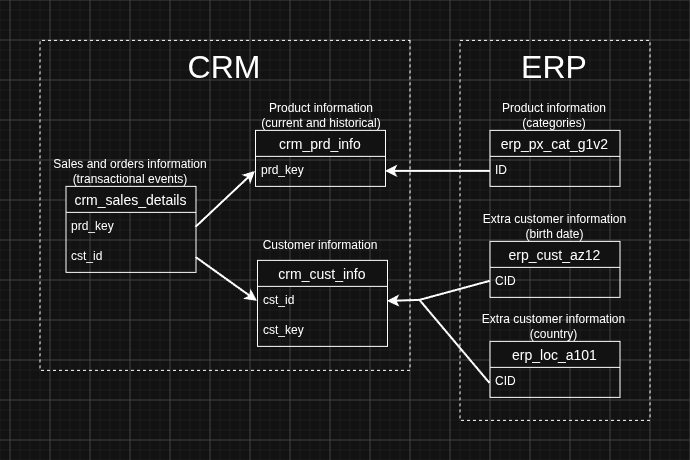
Before: docs/integration_model.png, a diagram exported from draw.io (DavidMatias44/databricks_data_lakehouse). Source tidied: cells renumbered, new cells last; positions are measured from the earlier drawing's top-left corner, leaving out a move shared by most shapes. The source it was exported from:
```xml
<mxGraphModel>
  <root>
    <mxCell id="0" />
    <mxCell id="1" parent="0" />
    <mxCell id="2" style="rounded=0;whiteSpace=wrap;html=1;fillColor=none;dashed=1;" parent="1" vertex="1">
      <mxGeometry x="460" y="40" width="190" height="380" as="geometry" />
    </mxCell>
    <mxCell id="3" style="rounded=0;whiteSpace=wrap;html=1;fillColor=none;dashed=1;direction=south;" parent="1" vertex="1">
      <mxGeometry x="40" y="40" width="370" height="330" as="geometry" />
    </mxCell>
    <mxCell id="4" value="crm_cust_info" style="swimlane;fontStyle=0;horizontal=1;startSize=26;align=center;fontSize=14;" parent="1" vertex="1">
      <mxGeometry x="257.5" y="260" width="130" height="86" as="geometry" />
    </mxCell>
    <mxCell id="5" value="cst_id" style="text;strokeColor=none;fillColor=none;spacingLeft=4;spacingRight=4;overflow=hidden;points=[[0,0.5],[1,0.5]];portConstraint=eastwest;fontSize=12;whiteSpace=wrap;html=1;" parent="4" vertex="1">
      <mxGeometry y="26" width="130" height="30" as="geometry" />
    </mxCell>
    <mxCell id="6" value="cst_key" style="text;strokeColor=none;fillColor=none;spacingLeft=4;spacingRight=4;overflow=hidden;points=[[0,0.5],[1,0.5]];portConstraint=eastwest;fontSize=12;whiteSpace=wrap;html=1;" parent="4" vertex="1">
      <mxGeometry y="56" width="130" height="30" as="geometry" />
    </mxCell>
    <mxCell id="7" value="Customer information" style="text;html=1;whiteSpace=wrap;strokeColor=none;fillColor=none;align=center;verticalAlign=middle;rounded=0;" parent="1" vertex="1">
      <mxGeometry x="255.5" y="230" width="130" height="30" as="geometry" />
    </mxCell>
    <mxCell id="8" value="crm_prd_info" style="swimlane;fontStyle=0;horizontal=1;startSize=26;align=center;fontSize=14;" parent="1" vertex="1">
      <mxGeometry x="255.5" y="130" width="130" height="56" as="geometry" />
    </mxCell>
    <mxCell id="9" value="prd&lt;span style=&quot;background-color: transparent; color: light-dark(rgb(0, 0, 0), rgb(255, 255, 255));&quot;&gt;_key&lt;/span&gt;" style="text;strokeColor=none;fillColor=none;spacingLeft=4;spacingRight=4;overflow=hidden;points=[[0,0.5],[1,0.5]];portConstraint=eastwest;fontSize=12;whiteSpace=wrap;html=1;" parent="8" vertex="1">
      <mxGeometry y="26" width="130" height="30" as="geometry" />
    </mxCell>
    <mxCell id="10" value="Product information&lt;div&gt;&lt;span style=&quot;background-color: transparent; color: light-dark(rgb(0, 0, 0), rgb(255, 255, 255));&quot;&gt;(current and historical)&lt;/span&gt;&lt;/div&gt;" style="text;html=1;whiteSpace=wrap;strokeColor=none;fillColor=none;align=center;verticalAlign=middle;rounded=0;" parent="1" vertex="1">
      <mxGeometry x="257.5" y="100" width="128" height="30" as="geometry" />
    </mxCell>
    <mxCell id="11" value="crm_sales_details" style="swimlane;fontStyle=0;horizontal=1;startSize=26;align=center;fontSize=14;" parent="1" vertex="1">
      <mxGeometry x="66" y="186" width="130" height="86" as="geometry" />
    </mxCell>
    <mxCell id="12" value="prd_key" style="text;strokeColor=none;fillColor=none;spacingLeft=4;spacingRight=4;overflow=hidden;points=[[0,0.5],[1,0.5]];portConstraint=eastwest;fontSize=12;whiteSpace=wrap;html=1;" parent="11" vertex="1">
      <mxGeometry y="26" width="130" height="30" as="geometry" />
    </mxCell>
    <mxCell id="13" value="cst_id" style="text;strokeColor=none;fillColor=none;spacingLeft=4;spacingRight=4;overflow=hidden;points=[[0,0.5],[1,0.5]];portConstraint=eastwest;fontSize=12;whiteSpace=wrap;html=1;" parent="11" vertex="1">
      <mxGeometry y="56" width="130" height="30" as="geometry" />
    </mxCell>
    <mxCell id="14" value="Sales and orders information&lt;div&gt;(transactional events)&lt;/div&gt;" style="text;html=1;whiteSpace=wrap;strokeColor=none;fillColor=none;align=center;verticalAlign=middle;rounded=0;" parent="1" vertex="1">
      <mxGeometry x="50" y="156" width="162" height="30" as="geometry" />
    </mxCell>
    <mxCell id="15" style="endArrow=classic;html=1;rounded=0;exitX=1;exitY=0.5;exitDx=0;exitDy=0;entryX=0;entryY=0.5;entryDx=0;entryDy=0;strokeWidth=2;" parent="1" edge="1" source="13" target="5">
      <mxGeometry relative="1" as="geometry" />
    </mxCell>
    <mxCell id="16" style="endArrow=classic;html=1;rounded=0;exitX=1;exitY=0.5;exitDx=0;exitDy=0;entryX=0;entryY=0.5;entryDx=0;entryDy=0;strokeWidth=2;" parent="1" edge="1" source="12" target="9">
      <mxGeometry relative="1" as="geometry" />
    </mxCell>
    <mxCell id="17" value="erp_cust_az12" style="swimlane;fontStyle=0;horizontal=1;startSize=26;align=center;fontSize=14;" parent="1" vertex="1">
      <mxGeometry x="490" y="241" width="130" height="56" as="geometry" />
    </mxCell>
    <mxCell id="18" value="CID" style="text;strokeColor=none;fillColor=none;spacingLeft=4;spacingRight=4;overflow=hidden;fontSize=12;whiteSpace=wrap;html=1;" parent="17" vertex="1">
      <mxGeometry y="26" width="130" height="30" as="geometry" />
    </mxCell>
    <mxCell id="19" value="Extra customer information&lt;div&gt;(birth date)&lt;/div&gt;" style="text;html=1;whiteSpace=wrap;strokeColor=none;fillColor=none;align=center;verticalAlign=middle;rounded=0;" parent="1" vertex="1">
      <mxGeometry x="479.2" y="211" width="151.5" height="30" as="geometry" />
    </mxCell>
    <mxCell id="20" value="erp_loc_a101" style="swimlane;fontStyle=0;horizontal=1;startSize=26;align=center;fontSize=14;" parent="1" vertex="1">
      <mxGeometry x="490" y="341" width="130" height="56" as="geometry" />
    </mxCell>
    <mxCell id="21" value="CID" style="text;strokeColor=none;fillColor=none;spacingLeft=4;spacingRight=4;overflow=hidden;fontSize=12;whiteSpace=wrap;html=1;" parent="20" vertex="1">
      <mxGeometry y="26" width="130" height="30" as="geometry" />
    </mxCell>
    <mxCell id="22" value="Extra customer information&lt;div&gt;(country)&lt;/div&gt;" style="text;html=1;whiteSpace=wrap;strokeColor=none;fillColor=none;align=center;verticalAlign=middle;rounded=0;" parent="1" vertex="1">
      <mxGeometry x="477.5" y="311" width="152.5" height="30" as="geometry" />
    </mxCell>
    <mxCell id="23" style="endArrow=classic;html=1;rounded=0;exitX=0;exitY=0.5;exitDx=0;exitDy=0;entryX=1;entryY=0.5;entryDx=0;entryDy=0;strokeWidth=2;" parent="1" edge="1" target="5">
      <mxGeometry relative="1" as="geometry">
        <mxPoint x="490" y="383" as="sourcePoint" />
        <Array as="points">
          <mxPoint x="420" y="300" />
        </Array>
      </mxGeometry>
    </mxCell>
    <mxCell id="24" value="erp_px_cat_g1v2" style="swimlane;fontStyle=0;horizontal=1;startSize=26;align=center;fontSize=14;" parent="1" vertex="1">
      <mxGeometry x="490" y="130" width="130" height="56" as="geometry" />
    </mxCell>
    <mxCell id="25" value="ID" style="text;strokeColor=none;fillColor=none;spacingLeft=4;spacingRight=4;overflow=hidden;points=[[0,0.5],[1,0.5]];portConstraint=eastwest;fontSize=12;whiteSpace=wrap;html=1;" parent="24" vertex="1">
      <mxGeometry y="26" width="130" height="30" as="geometry" />
    </mxCell>
    <mxCell id="26" value="Product information&lt;div&gt;(categories)&lt;/div&gt;" style="text;html=1;whiteSpace=wrap;strokeColor=none;fillColor=none;align=center;verticalAlign=middle;rounded=0;" parent="1" vertex="1">
      <mxGeometry x="500" y="100" width="110" height="30" as="geometry" />
    </mxCell>
    <mxCell id="27" style="endArrow=classic;html=1;rounded=0;exitX=0;exitY=0.5;exitDx=0;exitDy=0;entryX=1;entryY=0.5;entryDx=0;entryDy=0;strokeWidth=2;" parent="1" edge="1" source="25" target="9">
      <mxGeometry relative="1" as="geometry" />
    </mxCell>
    <mxCell id="28" value="&lt;font style=&quot;font-size: 32px;&quot;&gt;CRM&lt;/font&gt;" style="text;html=1;whiteSpace=wrap;strokeColor=none;fillColor=none;align=center;verticalAlign=middle;rounded=0;" parent="1" vertex="1">
      <mxGeometry x="195" y="52" width="60" height="30" as="geometry" />
    </mxCell>
    <mxCell id="29" value="&lt;font style=&quot;font-size: 32px;&quot;&gt;ERP&lt;/font&gt;" style="text;html=1;whiteSpace=wrap;strokeColor=none;fillColor=none;align=center;verticalAlign=middle;rounded=0;" parent="1" vertex="1">
      <mxGeometry x="525" y="52" width="60" height="30" as="geometry" />
    </mxCell>
    <mxCell id="30" style="rounded=0;whiteSpace=wrap;html=1;fillColor=none;dashed=1;strokeColor=none;" parent="1" vertex="1">
      <mxGeometry width="690" height="460" as="geometry" />
    </mxCell>
    <mxCell id="31" style="endArrow=none;html=1;rounded=0;entryX=0;entryY=0.5;entryDx=0;entryDy=0;strokeWidth=2;" parent="1" edge="1">
      <mxGeometry relative="1" as="geometry">
        <mxPoint x="420" y="300" as="sourcePoint" />
        <mxPoint x="490" y="281" as="targetPoint" />
      </mxGeometry>
    </mxCell>
  </root>
</mxGraphModel>
```
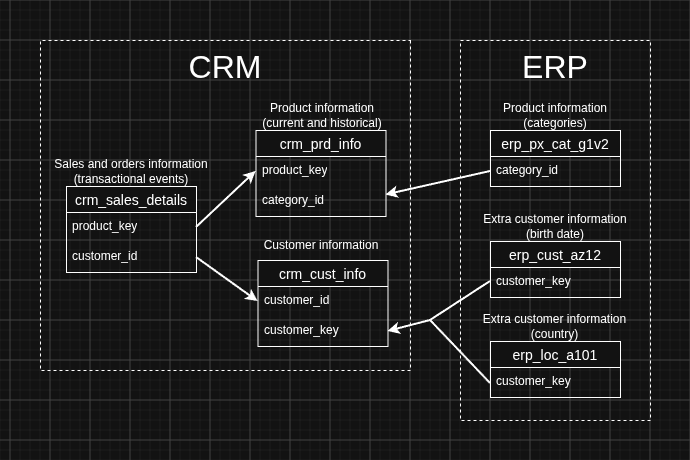
Later version of the same file.

Commit message:
update integration model diagram

column tables have been renamed

Change to the diagram source:
```diff
@@ -11,31 +11,34 @@
     <mxCell id="4" value="crm_cust_info" style="swimlane;fontStyle=0;horizontal=1;startSize=26;align=center;fontSize=14;" parent="1" vertex="1">
       <mxGeometry x="257.5" y="260" width="130" height="86" as="geometry" />
     </mxCell>
-    <mxCell id="5" value="cst_id" style="text;strokeColor=none;fillColor=none;spacingLeft=4;spacingRight=4;overflow=hidden;points=[[0,0.5],[1,0.5]];portConstraint=eastwest;fontSize=12;whiteSpace=wrap;html=1;" parent="4" vertex="1">
+    <mxCell id="5" value="customer_id" style="text;strokeColor=none;fillColor=none;spacingLeft=4;spacingRight=4;overflow=hidden;points=[[0,0.5],[1,0.5]];portConstraint=eastwest;fontSize=12;whiteSpace=wrap;html=1;" parent="4" vertex="1">
       <mxGeometry y="26" width="130" height="30" as="geometry" />
     </mxCell>
-    <mxCell id="6" value="cst_key" style="text;strokeColor=none;fillColor=none;spacingLeft=4;spacingRight=4;overflow=hidden;points=[[0,0.5],[1,0.5]];portConstraint=eastwest;fontSize=12;whiteSpace=wrap;html=1;" parent="4" vertex="1">
+    <mxCell id="6" value="customer_key" style="text;strokeColor=none;fillColor=none;spacingLeft=4;spacingRight=4;overflow=hidden;points=[[0,0.5],[1,0.5]];portConstraint=eastwest;fontSize=12;whiteSpace=wrap;html=1;" parent="4" vertex="1">
       <mxGeometry y="56" width="130" height="30" as="geometry" />
     </mxCell>
     <mxCell id="7" value="Customer information" style="text;html=1;whiteSpace=wrap;strokeColor=none;fillColor=none;align=center;verticalAlign=middle;rounded=0;" parent="1" vertex="1">
       <mxGeometry x="255.5" y="230" width="130" height="30" as="geometry" />
     </mxCell>
     <mxCell id="8" value="crm_prd_info" style="swimlane;fontStyle=0;horizontal=1;startSize=26;align=center;fontSize=14;" parent="1" vertex="1">
-      <mxGeometry x="255.5" y="130" width="130" height="56" as="geometry" />
+      <mxGeometry x="255.5" y="130" width="130" height="86" as="geometry" />
     </mxCell>
-    <mxCell id="9" value="prd&lt;span style=&quot;background-color: transparent; color: light-dark(rgb(0, 0, 0), rgb(255, 255, 255));&quot;&gt;_key&lt;/span&gt;" style="text;strokeColor=none;fillColor=none;spacingLeft=4;spacingRight=4;overflow=hidden;points=[[0,0.5],[1,0.5]];portConstraint=eastwest;fontSize=12;whiteSpace=wrap;html=1;" parent="8" vertex="1">
+    <mxCell id="9" value="product&lt;span style=&quot;background-color: transparent; color: light-dark(rgb(0, 0, 0), rgb(255, 255, 255));&quot;&gt;_key&lt;/span&gt;" style="text;strokeColor=none;fillColor=none;spacingLeft=4;spacingRight=4;overflow=hidden;points=[[0,0.5],[1,0.5]];portConstraint=eastwest;fontSize=12;whiteSpace=wrap;html=1;" parent="8" vertex="1">
       <mxGeometry y="26" width="130" height="30" as="geometry" />
     </mxCell>
+    <mxCell id="32" value="category_id" style="text;strokeColor=none;fillColor=none;spacingLeft=4;spacingRight=4;overflow=hidden;fontSize=12;whiteSpace=wrap;html=1;" parent="8" vertex="1">
+      <mxGeometry y="56" width="130" height="30" as="geometry" />
+    </mxCell>
     <mxCell id="10" value="Product information&lt;div&gt;&lt;span style=&quot;background-color: transparent; color: light-dark(rgb(0, 0, 0), rgb(255, 255, 255));&quot;&gt;(current and historical)&lt;/span&gt;&lt;/div&gt;" style="text;html=1;whiteSpace=wrap;strokeColor=none;fillColor=none;align=center;verticalAlign=middle;rounded=0;" parent="1" vertex="1">
       <mxGeometry x="257.5" y="100" width="128" height="30" as="geometry" />
     </mxCell>
     <mxCell id="11" value="crm_sales_details" style="swimlane;fontStyle=0;horizontal=1;startSize=26;align=center;fontSize=14;" parent="1" vertex="1">
       <mxGeometry x="66" y="186" width="130" height="86" as="geometry" />
     </mxCell>
-    <mxCell id="12" value="prd_key" style="text;strokeColor=none;fillColor=none;spacingLeft=4;spacingRight=4;overflow=hidden;points=[[0,0.5],[1,0.5]];portConstraint=eastwest;fontSize=12;whiteSpace=wrap;html=1;" parent="11" vertex="1">
+    <mxCell id="12" value="product_key" style="text;strokeColor=none;fillColor=none;spacingLeft=4;spacingRight=4;overflow=hidden;points=[[0,0.5],[1,0.5]];portConstraint=eastwest;fontSize=12;whiteSpace=wrap;html=1;" parent="11" vertex="1">
       <mxGeometry y="26" width="130" height="30" as="geometry" />
     </mxCell>
-    <mxCell id="13" value="cst_id" style="text;strokeColor=none;fillColor=none;spacingLeft=4;spacingRight=4;overflow=hidden;points=[[0,0.5],[1,0.5]];portConstraint=eastwest;fontSize=12;whiteSpace=wrap;html=1;" parent="11" vertex="1">
+    <mxCell id="13" value="customer_id" style="text;strokeColor=none;fillColor=none;spacingLeft=4;spacingRight=4;overflow=hidden;points=[[0,0.5],[1,0.5]];portConstraint=eastwest;fontSize=12;whiteSpace=wrap;html=1;" parent="11" vertex="1">
       <mxGeometry y="56" width="130" height="30" as="geometry" />
     </mxCell>
     <mxCell id="14" value="Sales and orders information&lt;div&gt;(transactional events)&lt;/div&gt;" style="text;html=1;whiteSpace=wrap;strokeColor=none;fillColor=none;align=center;verticalAlign=middle;rounded=0;" parent="1" vertex="1">
@@ -50,7 +53,7 @@
     <mxCell id="17" value="erp_cust_az12" style="swimlane;fontStyle=0;horizontal=1;startSize=26;align=center;fontSize=14;" parent="1" vertex="1">
       <mxGeometry x="490" y="241" width="130" height="56" as="geometry" />
     </mxCell>
-    <mxCell id="18" value="CID" style="text;strokeColor=none;fillColor=none;spacingLeft=4;spacingRight=4;overflow=hidden;fontSize=12;whiteSpace=wrap;html=1;" parent="17" vertex="1">
+    <mxCell id="18" value="customer_key" style="text;strokeColor=none;fillColor=none;spacingLeft=4;spacingRight=4;overflow=hidden;fontSize=12;whiteSpace=wrap;html=1;" parent="17" vertex="1">
       <mxGeometry y="26" width="130" height="30" as="geometry" />
     </mxCell>
     <mxCell id="19" value="Extra customer information&lt;div&gt;(birth date)&lt;/div&gt;" style="text;html=1;whiteSpace=wrap;strokeColor=none;fillColor=none;align=center;verticalAlign=middle;rounded=0;" parent="1" vertex="1">
@@ -59,30 +62,30 @@
     <mxCell id="20" value="erp_loc_a101" style="swimlane;fontStyle=0;horizontal=1;startSize=26;align=center;fontSize=14;" parent="1" vertex="1">
       <mxGeometry x="490" y="341" width="130" height="56" as="geometry" />
     </mxCell>
-    <mxCell id="21" value="CID" style="text;strokeColor=none;fillColor=none;spacingLeft=4;spacingRight=4;overflow=hidden;fontSize=12;whiteSpace=wrap;html=1;" parent="20" vertex="1">
+    <mxCell id="21" value="customer_key" style="text;strokeColor=none;fillColor=none;spacingLeft=4;spacingRight=4;overflow=hidden;fontSize=12;whiteSpace=wrap;html=1;" parent="20" vertex="1">
       <mxGeometry y="26" width="130" height="30" as="geometry" />
     </mxCell>
     <mxCell id="22" value="Extra customer information&lt;div&gt;(country)&lt;/div&gt;" style="text;html=1;whiteSpace=wrap;strokeColor=none;fillColor=none;align=center;verticalAlign=middle;rounded=0;" parent="1" vertex="1">
       <mxGeometry x="477.5" y="311" width="152.5" height="30" as="geometry" />
     </mxCell>
-    <mxCell id="23" style="endArrow=classic;html=1;rounded=0;exitX=0;exitY=0.5;exitDx=0;exitDy=0;entryX=1;entryY=0.5;entryDx=0;entryDy=0;strokeWidth=2;" parent="1" edge="1" target="5">
+    <mxCell id="23" style="endArrow=classic;html=1;rounded=0;exitX=0;exitY=0.5;exitDx=0;exitDy=0;entryX=1;entryY=0.5;entryDx=0;entryDy=0;strokeWidth=2;" parent="1" edge="1" target="6">
       <mxGeometry relative="1" as="geometry">
         <mxPoint x="490" y="383" as="sourcePoint" />
         <Array as="points">
-          <mxPoint x="420" y="300" />
+          <mxPoint x="430" y="320" />
         </Array>
       </mxGeometry>
     </mxCell>
     <mxCell id="24" value="erp_px_cat_g1v2" style="swimlane;fontStyle=0;horizontal=1;startSize=26;align=center;fontSize=14;" parent="1" vertex="1">
       <mxGeometry x="490" y="130" width="130" height="56" as="geometry" />
     </mxCell>
-    <mxCell id="25" value="ID" style="text;strokeColor=none;fillColor=none;spacingLeft=4;spacingRight=4;overflow=hidden;points=[[0,0.5],[1,0.5]];portConstraint=eastwest;fontSize=12;whiteSpace=wrap;html=1;" parent="24" vertex="1">
+    <mxCell id="25" value="category_id" style="text;strokeColor=none;fillColor=none;spacingLeft=4;spacingRight=4;overflow=hidden;points=[[0,0.5],[1,0.5]];portConstraint=eastwest;fontSize=12;whiteSpace=wrap;html=1;" parent="24" vertex="1">
       <mxGeometry y="26" width="130" height="30" as="geometry" />
     </mxCell>
     <mxCell id="26" value="Product information&lt;div&gt;(categories)&lt;/div&gt;" style="text;html=1;whiteSpace=wrap;strokeColor=none;fillColor=none;align=center;verticalAlign=middle;rounded=0;" parent="1" vertex="1">
       <mxGeometry x="500" y="100" width="110" height="30" as="geometry" />
     </mxCell>
-    <mxCell id="27" style="endArrow=classic;html=1;rounded=0;exitX=0;exitY=0.5;exitDx=0;exitDy=0;entryX=1;entryY=0.5;entryDx=0;entryDy=0;strokeWidth=2;" parent="1" edge="1" source="25" target="9">
+    <mxCell id="27" style="endArrow=classic;html=1;rounded=0;exitX=0;exitY=0.5;exitDx=0;exitDy=0;entryX=1;entryY=0.75;entryDx=0;entryDy=0;strokeWidth=2;" parent="1" edge="1" source="25" target="8">
       <mxGeometry relative="1" as="geometry" />
     </mxCell>
     <mxCell id="28" value="&lt;font style=&quot;font-size: 32px;&quot;&gt;CRM&lt;/font&gt;" style="text;html=1;whiteSpace=wrap;strokeColor=none;fillColor=none;align=center;verticalAlign=middle;rounded=0;" parent="1" vertex="1">
@@ -96,7 +99,7 @@
     </mxCell>
     <mxCell id="31" style="endArrow=none;html=1;rounded=0;entryX=0;entryY=0.5;entryDx=0;entryDy=0;strokeWidth=2;" parent="1" edge="1">
       <mxGeometry relative="1" as="geometry">
-        <mxPoint x="420" y="300" as="sourcePoint" />
+        <mxPoint x="430" y="320" as="sourcePoint" />
         <mxPoint x="490" y="281" as="targetPoint" />
       </mxGeometry>
     </mxCell>
```
